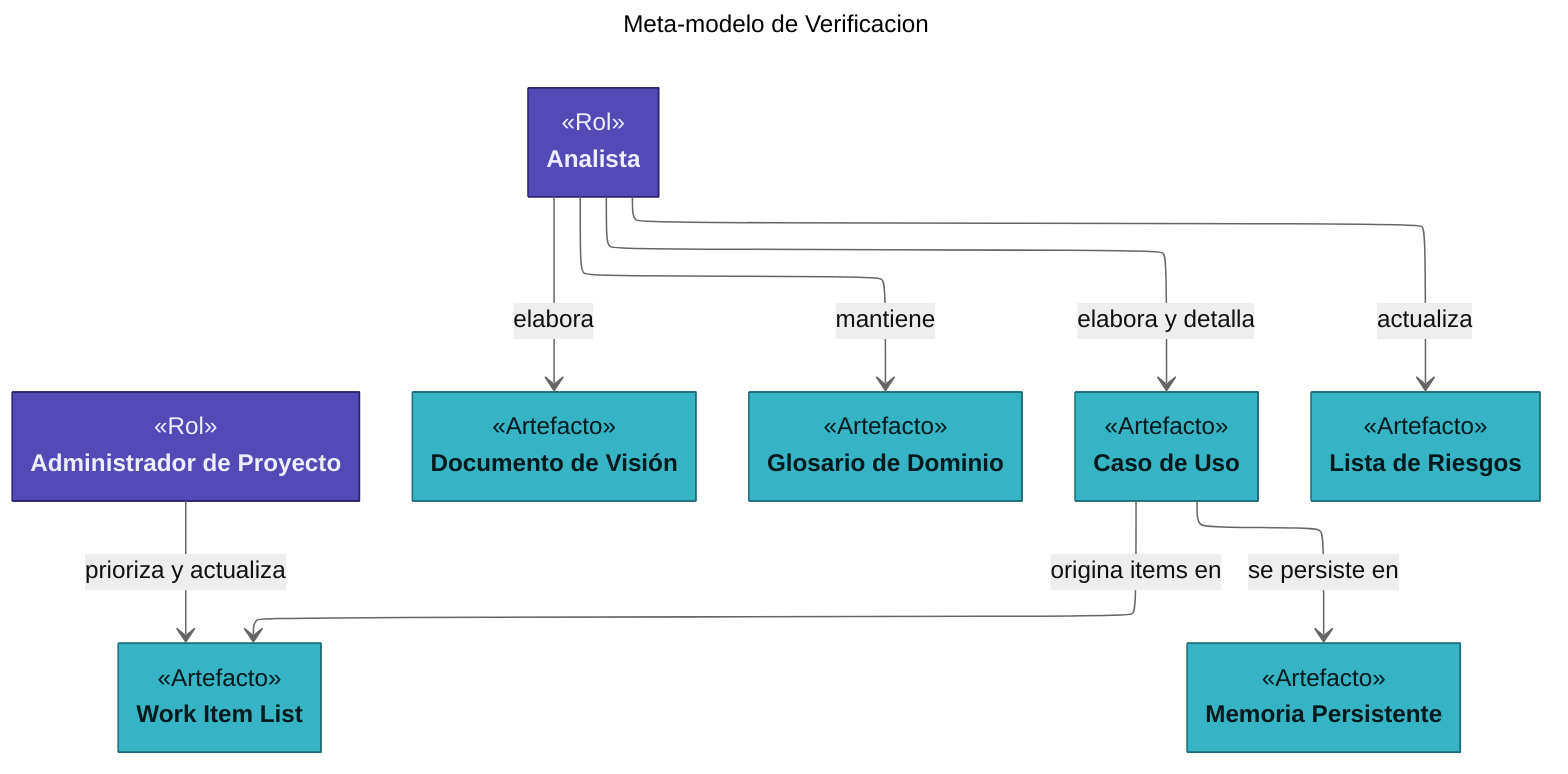
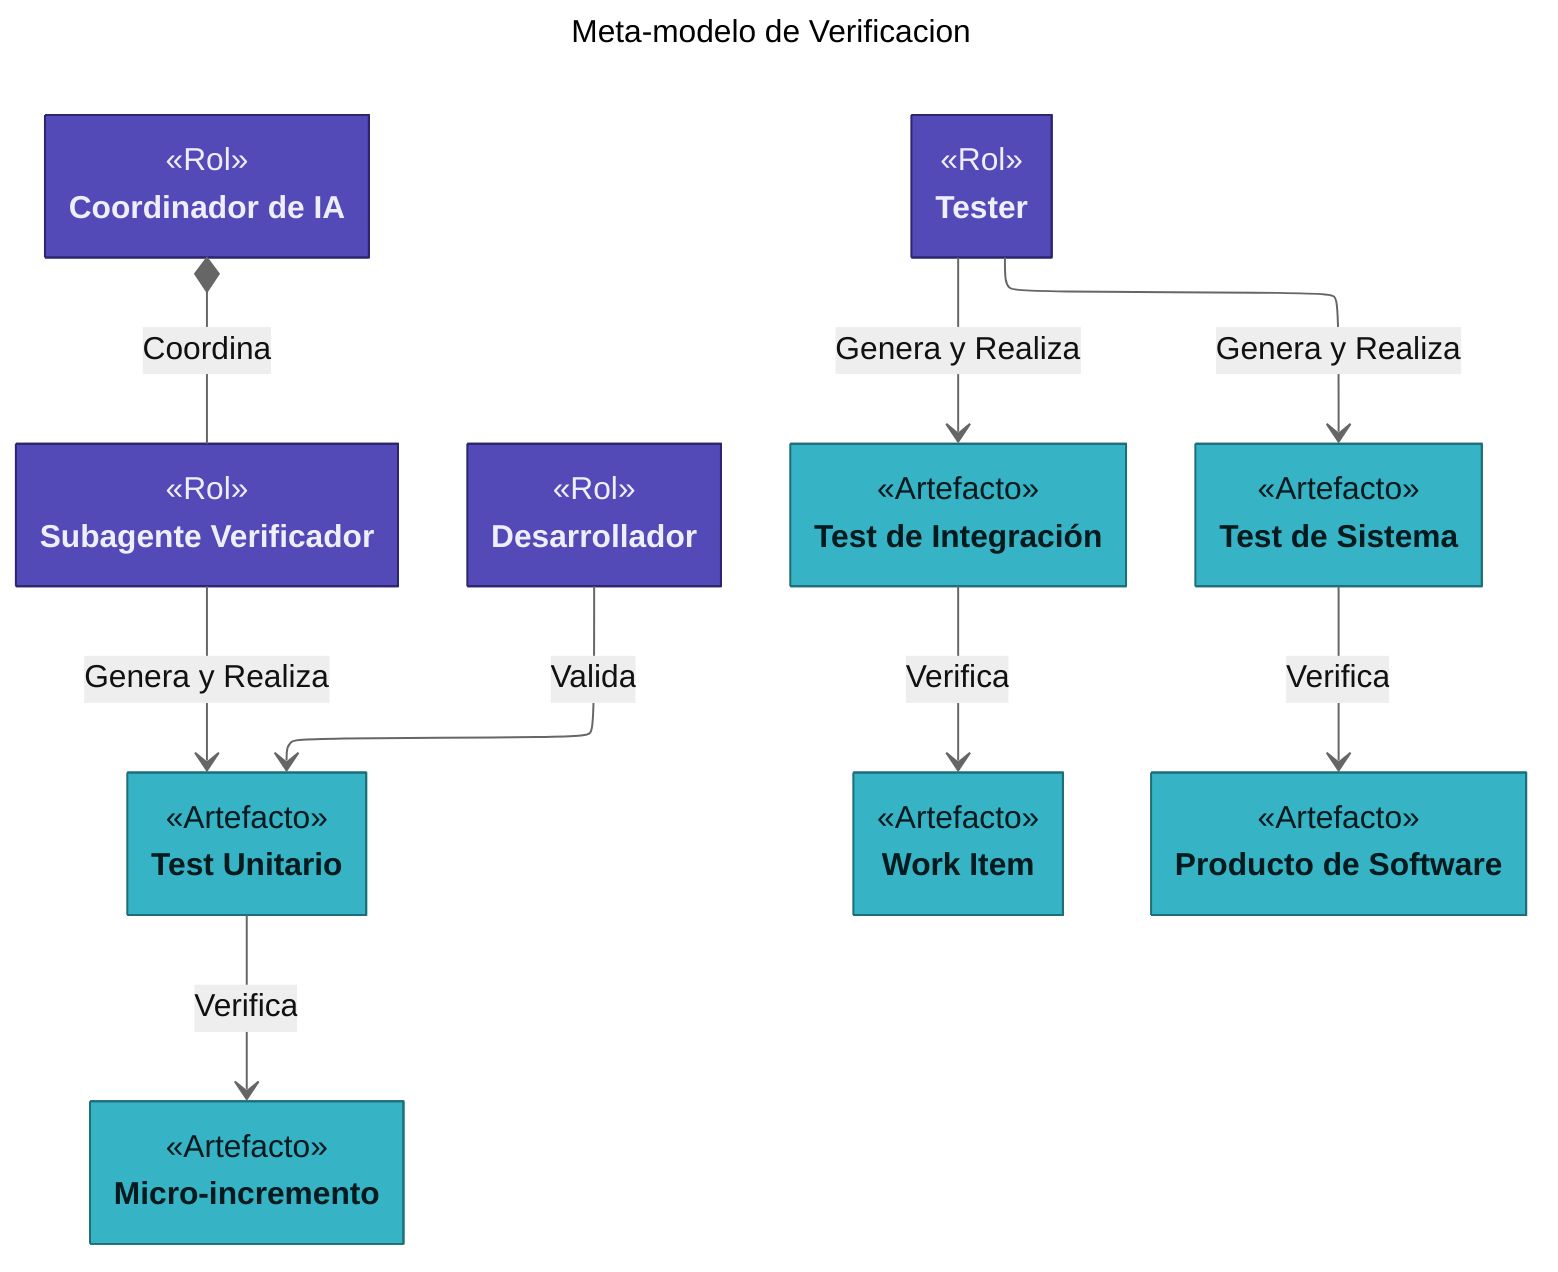
---
config:
  layout: elk
  class:
    hideEmptyMembersBox: true
  theme: neutral
title: Meta-modelo de Verificacion
---
classDiagram
- class Analista["Analista"]:::rol {
+ class CoordinadorIA["Coordinador de IA"]:::rol {
    <<Rol>>
}

- class AdministradorProyecto["Administrador de Proyecto"]:::rol {
+ class SubVer["Subagente Verificador"]:::rol {
    <<Rol>>
}

- class DocumentoDeVision["Documento de Visión"]:::artefacto {
+ class Tester["Tester"]:::rol {
+     <<Rol>>
+ }
+ 
+ class Desarrollador["Desarrollador"]:::rol {
+     <<Rol>>
+ }
+ 
+ class TestUnitario["Test Unitario"]:::artefacto {
    <<Artefacto>>
}

- class GlosarioDominio["Glosario de Dominio"]:::artefacto {
+ class MicroIncremento["Micro-incremento"]:::artefacto {
    <<Artefacto>>
}

- class CasoDeUso["Caso de Uso"]:::artefacto {
+ class TestIntegracion["Test de Integración"]:::artefacto {
    <<Artefacto>>
}

- class ListaDeRiesgos["Lista de Riesgos"]:::artefacto {
+ class WorkItem["Work Item"]:::artefacto {
    <<Artefacto>>
}

- class WorkItemList["Work Item List"]:::artefacto {
+ class TestSistema["Test de Sistema"]:::artefacto {
    <<Artefacto>>
}

- class MemoriaPersistente["Memoria Persistente"]:::artefacto {
+ class ProductoSoftware["Producto de Software"]:::artefacto {
    <<Artefacto>>
}

- Analista --> DocumentoDeVision       : elabora
- Analista --> GlosarioDominio         : mantiene
- Analista --> CasoDeUso               : elabora y detalla
- Analista --> ListaDeRiesgos          : actualiza
+ %% === RELACIONES ===
+ Tester --> TestIntegracion : Genera y Realiza
+ Tester --> TestSistema : Genera y Realiza
+ SubVer --> TestUnitario : Genera y Realiza
+ Desarrollador --> TestUnitario : Valida

- AdministradorProyecto --> WorkItemList      : prioriza y actualiza
- 
- CasoDeUso --> WorkItemList           : origina items en
- CasoDeUso --> MemoriaPersistente     : se persiste en
+ CoordinadorIA *-- SubVer : Coordina
+ TestUnitario --> MicroIncremento : Verifica
+ TestIntegracion --> WorkItem : Verifica
+ TestSistema --> ProductoSoftware         : Verifica

classDef proceso fill:#3d3d3a,stroke:#2C2C2A,color:#F1EFE8
classDef fase fill:#c4a336,stroke:#8a6f1f,color:#1a1400
classDef disciplina fill:#c47b36,stroke:#7a4a1d,color:#1a0f00
classDef evento fill:#a45be9,stroke:#6a2fa8,color:#1a0033
classDef rol fill:#534AB7,stroke:#2c2570,color:#eeeeff
classDef artefacto fill:#36b3c4,stroke:#1d6e7a,color:#001a1e